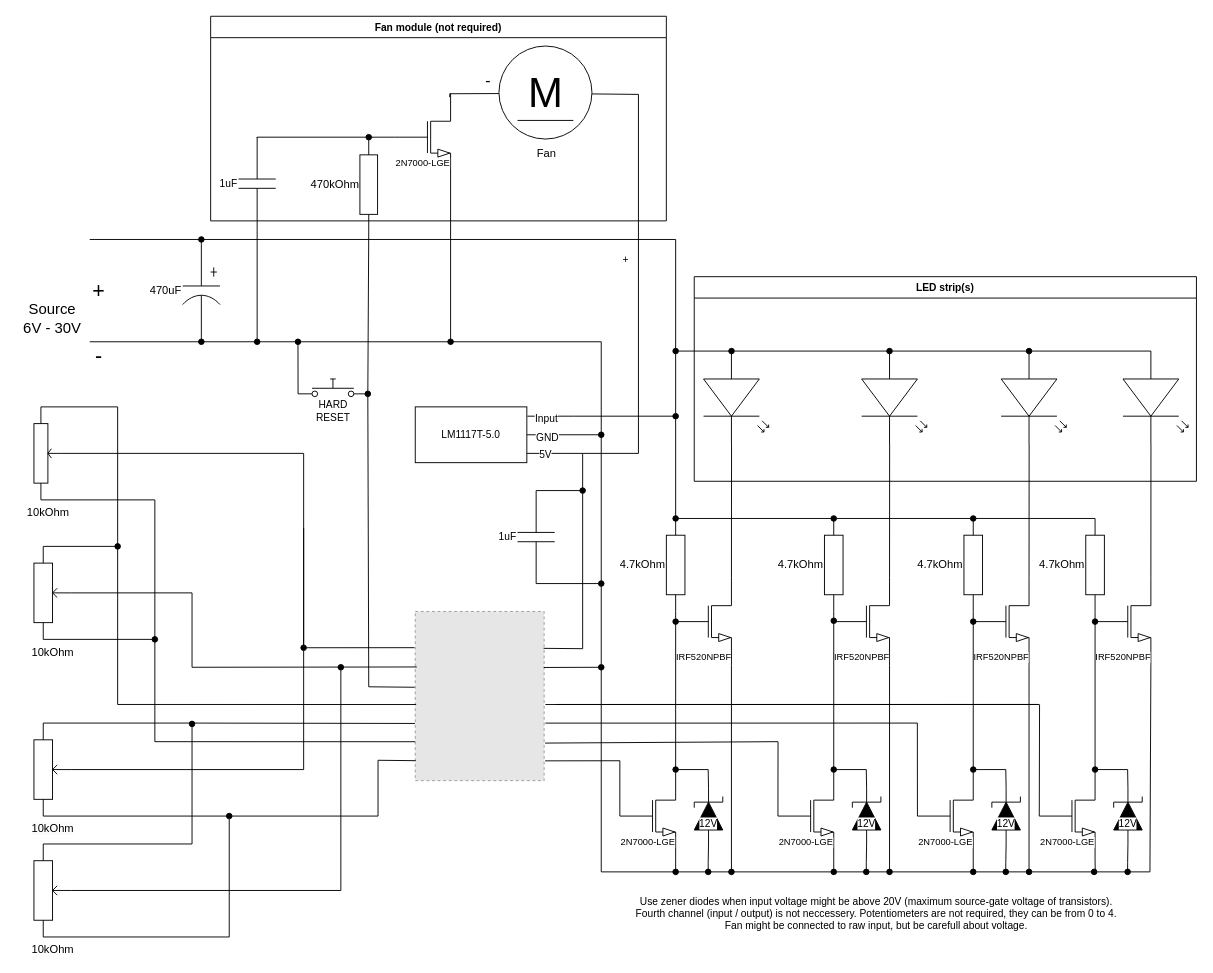
This is doc/example_application.drawio from pawel2000pl/LedDriverIoT, a draw.io file, before an edit. Source tidied: cells renumbered, new cells numbered last; positions are measured from the earlier drawing's top-left corner, leaving out a move shared by most shapes. Both pictures are drawn from the tidied source at 93%, with x=0, y=0 at pixel (20, 16). Pictures stored in the file or linked from it are replaced by grey dashed boxes.
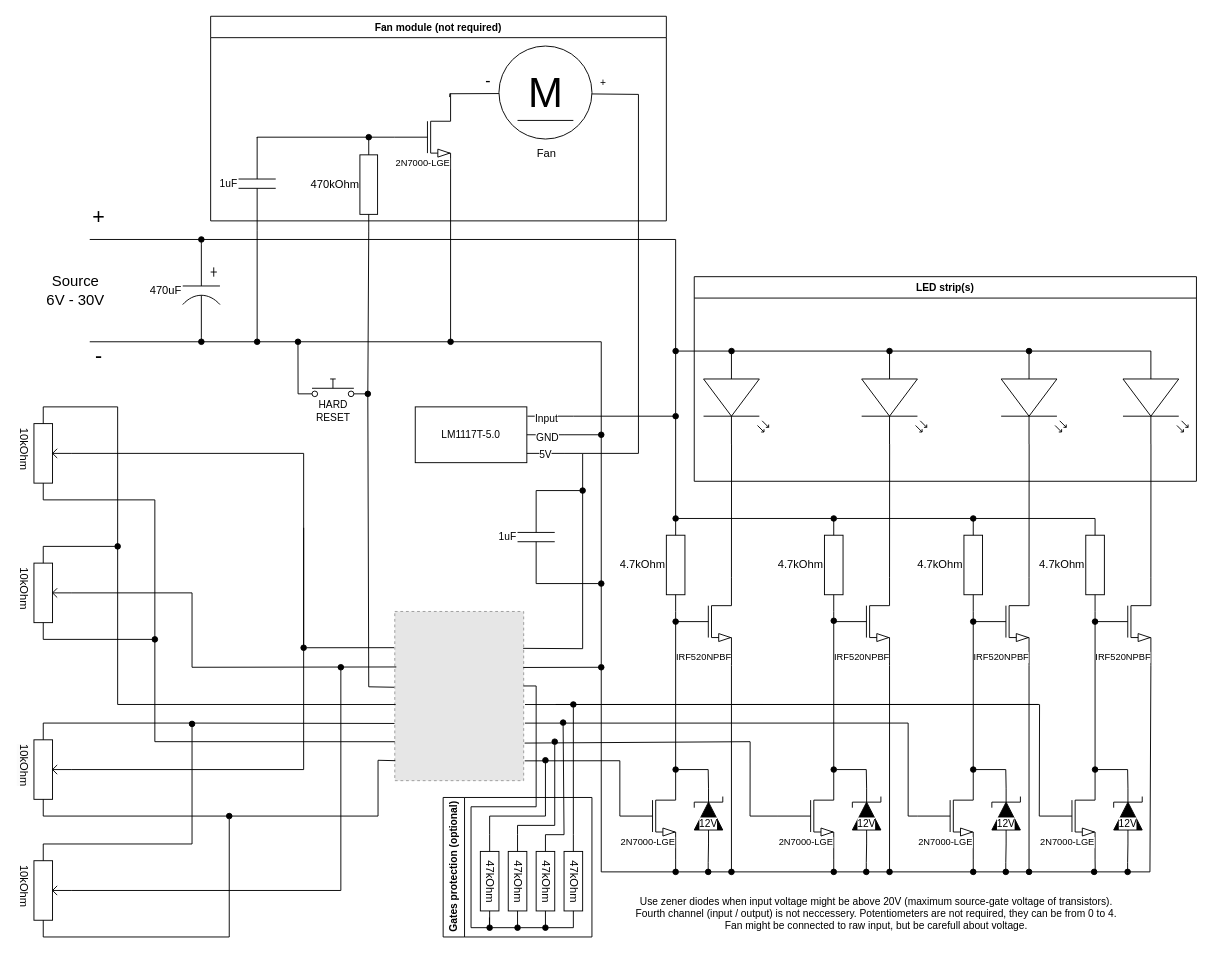
The same page after the edit.

Commit message (it also covers changes not shown here):
Changed positions of configuration settings, updated example application (readme)

Unchanged cells that the change refers to:
```xml
<mxCell id="38" value="&lt;div style=&quot;font-size: 10px;&quot;&gt;2N7000-LGE&lt;br&gt;&lt;/div&gt;&lt;div style=&quot;font-size: 10px;&quot;&gt;&lt;span style=&quot;white-space-collapse: collapse; font-size: 10px;&quot;&gt;&#9;&lt;/span&gt;&lt;/div&gt;" style="verticalLabelPosition=bottom;shadow=0;dashed=0;align=center;html=1;verticalAlign=top;shape=mxgraph.electrical.transistors.nmos;fontFamily=Helvetica;fontSize=10;fontColor=default;labelBackgroundColor=default;spacing=-32;" parent="1" vertex="1">
  <mxGeometry x="815" y="810" width="60" height="100" as="geometry" />
</mxCell>
<mxCell id="41" value="&lt;div style=&quot;font-size: 10px;&quot;&gt;2N7000-LGE&lt;/div&gt;&lt;div style=&quot;font-size: 10px;&quot;&gt;&lt;span style=&quot;white-space-collapse: collapse; font-size: 10px;&quot;&gt;&#9;&lt;/span&gt;&lt;/div&gt;" style="verticalLabelPosition=bottom;shadow=0;dashed=0;align=center;html=1;verticalAlign=top;shape=mxgraph.electrical.transistors.nmos;fontFamily=Helvetica;fontSize=10;fontColor=default;labelBackgroundColor=default;spacing=-32;" parent="1" vertex="1">
  <mxGeometry x="965" y="810" width="60" height="100" as="geometry" />
</mxCell>
<mxCell id="114" style="edgeStyle=none;rounded=0;orthogonalLoop=1;jettySize=auto;html=1;strokeColor=default;align=center;verticalAlign=middle;fontFamily=Helvetica;fontSize=11;fontColor=default;labelBackgroundColor=default;endArrow=none;" parent="1" edge="1">
  <mxGeometry relative="1" as="geometry">
    <mxPoint x="615" y="83.5" as="sourcePoint" />
    <mxPoint x="605" y="470" as="targetPoint" />
    <Array as="points">
      <mxPoint x="665" y="84" />
      <mxPoint x="665" y="470" />
    </Array>
  </mxGeometry>
</mxCell>
```

Change to the diagram source:
```diff
@@
     <mxCell id="2" style="fillColor=#E6E6E6;strokeColor=#999999;dashed=1;verticalLabelPosition=bottom;labelBackgroundColor=default;verticalAlign=top;" parent="1" vertex="1">
-      <mxGeometry x="425" y="640" width="138.6" height="181.9" as="geometry" />
+      <mxGeometry x="403" y="640" width="138.6" height="181.9" as="geometry" />
     </mxCell>
@@
-    <mxCell id="6" value="10kOhm" style="verticalLabelPosition=bottom;shadow=0;dashed=0;align=center;html=1;verticalAlign=top;shape=mxgraph.electrical.resistors.potentiometer_1;direction=north;" parent="1" vertex="1">
+    <mxCell id="6" value="10kOhm" style="verticalLabelPosition=middle;shadow=0;dashed=0;align=right;html=1;verticalAlign=middle;shape=mxgraph.electrical.resistors.potentiometer_1;direction=north;labelPosition=left;textDirection=vertical-rl;spacing=5;spacingTop=40;" parent="1" vertex="1">
       <mxGeometry x="15" y="890" width="40" height="100" as="geometry" />
     </mxCell>
@@
-    <mxCell id="10" value="&lt;span style=&quot;color: rgb(0, 0, 0); font-family: Helvetica; font-size: 12px; font-style: normal; font-variant-ligatures: normal; font-variant-caps: normal; font-weight: 400; letter-spacing: normal; orphans: 2; text-align: center; text-indent: 0px; text-transform: none; widows: 2; word-spacing: 0px; -webkit-text-stroke-width: 0px; white-space: nowrap; background-color: rgb(251, 251, 251); text-decoration-thickness: initial; text-decoration-style: initial; text-decoration-color: initial; display: inline !important; float: none;&quot;&gt;10kOhm&lt;/span&gt;" style="verticalLabelPosition=bottom;shadow=0;dashed=0;align=center;html=1;verticalAlign=top;shape=mxgraph.electrical.resistors.potentiometer_1;direction=north;" parent="1" vertex="1">
+    <mxCell id="10" value="&lt;span style=&quot;color: rgb(0, 0, 0); font-family: Helvetica; font-size: 12px; font-style: normal; font-variant-ligatures: normal; font-variant-caps: normal; font-weight: 400; letter-spacing: normal; orphans: 2; text-align: center; text-indent: 0px; text-transform: none; widows: 2; word-spacing: 0px; -webkit-text-stroke-width: 0px; white-space: nowrap; background-color: rgb(251, 251, 251); text-decoration-thickness: initial; text-decoration-style: initial; text-decoration-color: initial; display: inline !important; float: none;&quot;&gt;10kOhm&lt;/span&gt;" style="verticalLabelPosition=middle;shadow=0;dashed=0;align=right;html=1;verticalAlign=middle;shape=mxgraph.electrical.resistors.potentiometer_1;direction=north;labelPosition=left;textDirection=vertical-rl;spacing=5;spacingTop=40;" parent="1" vertex="1">
       <mxGeometry x="15" y="760" width="40" height="100" as="geometry" />
     </mxCell>
@@
-    <mxCell id="14" value="10kOhm" style="verticalLabelPosition=bottom;shadow=0;dashed=0;align=center;html=1;verticalAlign=top;shape=mxgraph.electrical.resistors.potentiometer_1;direction=north;" parent="1" vertex="1">
+    <mxCell id="14" value="10kOhm" style="verticalLabelPosition=middle;shadow=0;dashed=0;align=right;html=1;verticalAlign=middle;shape=mxgraph.electrical.resistors.potentiometer_1;direction=north;labelPosition=left;textDirection=vertical-rl;spacing=5;spacingTop=40;" parent="1" vertex="1">
       <mxGeometry x="15" y="570" width="40" height="100" as="geometry" />
     </mxCell>
@@
-    <mxCell id="18" value="10kOhm" style="verticalLabelPosition=bottom;shadow=0;dashed=0;align=center;html=1;verticalAlign=top;shape=mxgraph.electrical.resistors.potentiometer_1;direction=north;" parent="1" vertex="1">
-      <mxGeometry x="15" y="420" width="30" height="100" as="geometry" />
+    <mxCell id="18" value="10kOhm" style="verticalLabelPosition=middle;shadow=0;dashed=0;align=right;html=1;verticalAlign=middle;shape=mxgraph.electrical.resistors.potentiometer_1;direction=north;labelPosition=left;textDirection=vertical-rl;spacing=5;spacingTop=40;" parent="1" vertex="1">
+      <mxGeometry x="15" y="420" width="40" height="100" as="geometry" />
     </mxCell>
@@
     <mxCell id="36" style="edgeStyle=none;rounded=0;jettySize=auto;html=1;exitX=0;exitY=0.5;exitDx=0;exitDy=0;exitPerimeter=0;strokeColor=default;align=center;verticalAlign=middle;fontFamily=Helvetica;fontSize=11;fontColor=default;labelBackgroundColor=default;endArrow=none;" parent="1" edge="1" source="38">
       <mxGeometry relative="1" as="geometry">
-        <mxPoint x="815.1" y="780" as="targetPoint" />
+        <mxPoint x="785.1" y="780" as="targetPoint" />
+        <Array as="points">
+          <mxPoint x="785" y="860" />
+        </Array>
       </mxGeometry>
     </mxCell>
@@
     <mxCell id="39" style="edgeStyle=none;rounded=0;jettySize=auto;html=1;exitX=0;exitY=0.5;exitDx=0;exitDy=0;exitPerimeter=0;strokeColor=default;align=center;verticalAlign=middle;fontFamily=Helvetica;fontSize=11;fontColor=default;labelBackgroundColor=default;endArrow=none;" parent="1" edge="1" source="41">
       <mxGeometry relative="1" as="geometry">
-        <mxPoint x="964.9" y="760" as="targetPoint" />
+        <mxPoint x="955" y="760" as="targetPoint" />
+        <Array as="points">
+          <mxPoint x="955" y="860" />
+        </Array>
       </mxGeometry>
     </mxCell>
@@
     <mxCell id="66" style="endArrow=none;html=1;rounded=0;strokeColor=default;align=center;verticalAlign=middle;fontFamily=Helvetica;fontSize=11;fontColor=default;labelBackgroundColor=default;exitX=1.007;exitY=0.778;exitDx=0;exitDy=0;exitPerimeter=0;" parent="1" edge="1" source="2">
       <mxGeometry relative="1" as="geometry">
-        <mxPoint x="815" y="780" as="targetPoint" />
+        <mxPoint x="785" y="780" as="targetPoint" />
       </mxGeometry>
     </mxCell>
     <mxCell id="67" style="endArrow=none;html=1;rounded=0;strokeColor=default;align=center;verticalAlign=middle;fontFamily=Helvetica;fontSize=11;fontColor=default;labelBackgroundColor=default;exitX=1.01;exitY=0.66;exitDx=0;exitDy=0;exitPerimeter=0;" parent="1" edge="1" source="2">
       <mxGeometry relative="1" as="geometry">
-        <mxPoint x="965" y="760" as="targetPoint" />
+        <mxPoint x="955" y="760" as="targetPoint" />
       </mxGeometry>
     </mxCell>
@@
     <mxCell id="103" value="+" style="text;html=1;align=center;verticalAlign=middle;whiteSpace=wrap;rounded=0;fontFamily=Helvetica;fontSize=23;fontColor=default;labelBackgroundColor=default;" parent="1" vertex="1">
-      <mxGeometry x="55" y="280" width="60" height="30" as="geometry" />
+      <mxGeometry x="55" y="201" width="60" height="30" as="geometry" />
     </mxCell>
@@
     <mxCell id="105" value="Source&lt;div style=&quot;font-size: 16px;&quot;&gt;6V - 30V&lt;/div&gt;" style="text;html=1;align=center;verticalAlign=middle;whiteSpace=wrap;rounded=0;fontFamily=Helvetica;fontSize=16;fontColor=default;labelBackgroundColor=default;" parent="1" vertex="1">
-      <mxGeometry y="310" width="70" height="30" as="geometry" />
+      <mxGeometry x="25" y="280" width="70" height="30" as="geometry" />
     </mxCell>
@@
     <mxCell id="115" value="+" style="edgeLabel;html=1;align=center;verticalAlign=middle;fontFamily=Helvetica;fontSize=11;fontColor=default;labelBackgroundColor=default;" parent="114" vertex="1">
       <mxGeometry x="-0.03" y="-1" relative="1" as="geometry">
-        <mxPoint x="-14" y="-13" as="offset" />
+        <mxPoint x="-38" y="-204" as="offset" />
       </mxGeometry>
     </mxCell>
@@
+    <mxCell id="146" style="edgeStyle=orthogonalEdgeStyle;rounded=0;jettySize=auto;html=1;exitX=0;exitY=0.5;exitDx=0;exitDy=0;exitPerimeter=0;endArrow=oval;endFill=1;" parent="1" edge="1" source="148">
+      <mxGeometry relative="1" as="geometry">
+        <mxPoint x="595" y="740" as="targetPoint" />
+      </mxGeometry>
+    </mxCell>
+    <mxCell id="147" style="edgeStyle=orthogonalEdgeStyle;rounded=0;jettySize=auto;html=1;exitX=1;exitY=0.5;exitDx=0;exitDy=0;exitPerimeter=0;strokeColor=default;align=center;verticalAlign=middle;fontFamily=Helvetica;fontSize=11;fontColor=default;labelBackgroundColor=default;endArrow=oval;endFill=1;" parent="1" edge="1" source="148">
+      <mxGeometry relative="1" as="geometry">
+        <mxPoint x="565" y="980" as="targetPoint" />
+      </mxGeometry>
+    </mxCell>
+    <mxCell id="148" value="4&lt;span style=&quot;background-color: initial;&quot;&gt;7kOhm&lt;/span&gt;" style="verticalLabelPosition=middle;shadow=0;dashed=0;align=center;html=1;verticalAlign=middle;shape=mxgraph.electrical.resistors.resistor_1;direction=south;spacing=50;spacingRight=0;labelPosition=center;textDirection=vertical-rl;" parent="1" vertex="1">
+      <mxGeometry x="585" y="880" width="20" height="100" as="geometry" />
+    </mxCell>
+    <mxCell id="149" style="edgeStyle=orthogonalEdgeStyle;rounded=0;jettySize=auto;html=1;exitX=0;exitY=0.5;exitDx=0;exitDy=0;exitPerimeter=0;strokeColor=default;align=center;verticalAlign=middle;fontFamily=Helvetica;fontSize=11;fontColor=default;labelBackgroundColor=default;endArrow=oval;endFill=1;" parent="1" edge="1" source="151">
+      <mxGeometry relative="1" as="geometry">
+        <mxPoint x="565" y="800" as="targetPoint" />
+        <Array as="points">
+          <mxPoint x="505" y="860" />
+          <mxPoint x="565" y="860" />
+        </Array>
+      </mxGeometry>
+    </mxCell>
+    <mxCell id="150" style="edgeStyle=orthogonalEdgeStyle;rounded=0;orthogonalLoop=1;jettySize=auto;html=1;exitX=1;exitY=0.5;exitDx=0;exitDy=0;exitPerimeter=0;strokeColor=default;align=center;verticalAlign=middle;fontFamily=Helvetica;fontSize=11;fontColor=default;labelBackgroundColor=default;endArrow=none;endFill=0;entryX=0.998;entryY=0.446;entryDx=0;entryDy=0;entryPerimeter=0;" parent="1" edge="1">
+      <mxGeometry relative="1" as="geometry">
+        <mxPoint x="504.8" y="969" as="sourcePoint" />
+        <mxPoint x="541.3" y="720.1" as="targetPoint" />
+        <Array as="points">
+          <mxPoint x="505" y="980" />
+          <mxPoint x="485" y="980" />
+          <mxPoint x="485" y="850" />
+          <mxPoint x="555" y="850" />
+          <mxPoint x="555" y="720" />
+        </Array>
+      </mxGeometry>
+    </mxCell>
+    <mxCell id="151" value="4&lt;span style=&quot;background-color: initial;&quot;&gt;7kOhm&lt;/span&gt;" style="verticalLabelPosition=middle;shadow=0;dashed=0;align=center;html=1;verticalAlign=middle;shape=mxgraph.electrical.resistors.resistor_1;direction=south;spacing=50;spacingRight=0;labelPosition=center;textDirection=vertical-rl;" parent="1" vertex="1">
+      <mxGeometry x="495" y="880" width="20" height="100" as="geometry" />
+    </mxCell>
+    <mxCell id="152" style="edgeStyle=orthogonalEdgeStyle;rounded=0;jettySize=auto;html=1;exitX=0;exitY=0.5;exitDx=0;exitDy=0;exitPerimeter=0;strokeColor=default;align=center;verticalAlign=middle;fontFamily=Helvetica;fontSize=11;fontColor=default;labelBackgroundColor=default;endArrow=oval;endFill=1;" parent="1" edge="1" source="154">
+      <mxGeometry relative="1" as="geometry">
+        <mxPoint x="575" y="780" as="targetPoint" />
+        <Array as="points">
+          <mxPoint x="535" y="870" />
+          <mxPoint x="575" y="870" />
+        </Array>
+      </mxGeometry>
+    </mxCell>
+    <mxCell id="153" style="edgeStyle=orthogonalEdgeStyle;rounded=0;jettySize=auto;html=1;exitX=1;exitY=0.5;exitDx=0;exitDy=0;exitPerimeter=0;strokeColor=default;align=center;verticalAlign=middle;fontFamily=Helvetica;fontSize=11;fontColor=default;labelBackgroundColor=default;endArrow=oval;endFill=1;" parent="1" edge="1" source="154">
+      <mxGeometry relative="1" as="geometry">
+        <mxPoint x="505" y="980" as="targetPoint" />
+      </mxGeometry>
+    </mxCell>
+    <mxCell id="154" value="4&lt;span style=&quot;background-color: initial;&quot;&gt;7kOhm&lt;/span&gt;" style="verticalLabelPosition=middle;shadow=0;dashed=0;align=center;html=1;verticalAlign=middle;shape=mxgraph.electrical.resistors.resistor_1;direction=south;spacing=50;spacingRight=0;labelPosition=center;textDirection=vertical-rl;" parent="1" vertex="1">
+      <mxGeometry x="525" y="880" width="20" height="100" as="geometry" />
+    </mxCell>
+    <mxCell id="155" style="edgeStyle=orthogonalEdgeStyle;rounded=0;jettySize=auto;html=1;exitX=0;exitY=0.5;exitDx=0;exitDy=0;exitPerimeter=0;strokeColor=default;align=center;verticalAlign=middle;fontFamily=Helvetica;fontSize=11;fontColor=default;labelBackgroundColor=default;endArrow=oval;endFill=1;" parent="1" edge="1" source="156">
+      <mxGeometry relative="1" as="geometry">
+        <mxPoint x="584" y="759.5" as="targetPoint" />
+        <Array as="points">
+          <mxPoint x="585" y="880" />
+          <mxPoint x="585" y="760" />
+        </Array>
+      </mxGeometry>
+    </mxCell>
+    <mxCell id="156" value="4&lt;span style=&quot;background-color: initial;&quot;&gt;7kOhm&lt;/span&gt;" style="verticalLabelPosition=middle;shadow=0;dashed=0;align=center;html=1;verticalAlign=middle;shape=mxgraph.electrical.resistors.resistor_1;direction=south;spacing=50;spacingRight=0;labelPosition=center;textDirection=vertical-rl;" parent="1" vertex="1">
+      <mxGeometry x="555" y="880" width="20" height="100" as="geometry" />
+    </mxCell>
+    <mxCell id="157" style="edgeStyle=orthogonalEdgeStyle;rounded=0;jettySize=auto;html=1;exitX=1;exitY=0.5;exitDx=0;exitDy=0;exitPerimeter=0;entryX=1;entryY=0.5;entryDx=0;entryDy=0;entryPerimeter=0;strokeColor=default;align=center;verticalAlign=middle;fontFamily=Helvetica;fontSize=11;fontColor=default;labelBackgroundColor=default;endArrow=oval;endFill=1;" parent="1" edge="1" source="156" target="154">
+      <mxGeometry relative="1" as="geometry" />
+    </mxCell>
+    <mxCell id="158" value="Gates protection (optional)" style="swimlane;horizontal=0;whiteSpace=wrap;html=1;fontFamily=Helvetica;fontSize=11;fontColor=default;labelBackgroundColor=default;" parent="1" vertex="1">
+      <mxGeometry x="455" y="840" width="160" height="150" as="geometry" />
+    </mxCell>
```
